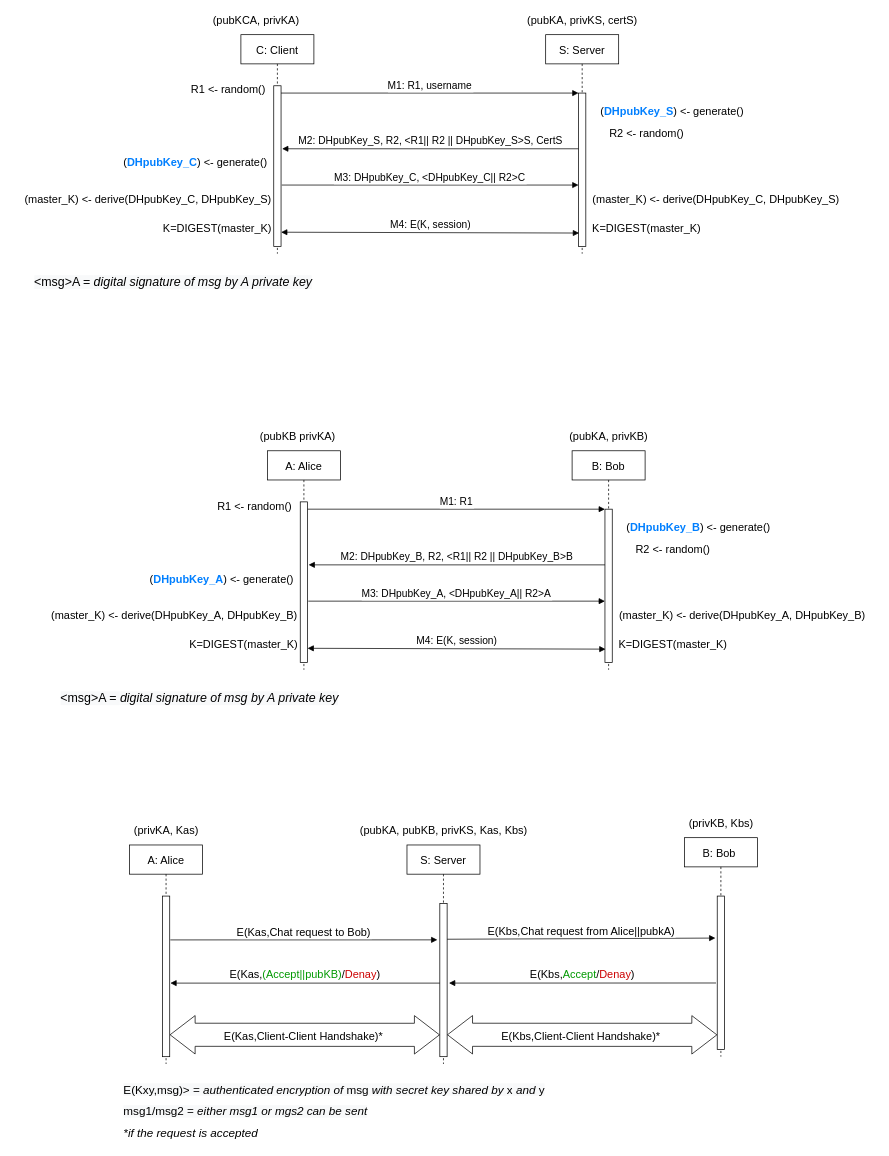
This is page "Pagina-2" (2 of 2) of schema/AuthClientServer.drawio from gerti98/secureCom, a draw.io file, before an edit. Source tidied: cells renumbered, new cells numbered last; positions are measured from the earlier drawing's top-left corner, leaving out a move shared by most shapes. Both pictures are drawn from the tidied source at 73%, with x=0, y=0 at pixel (20, 12).
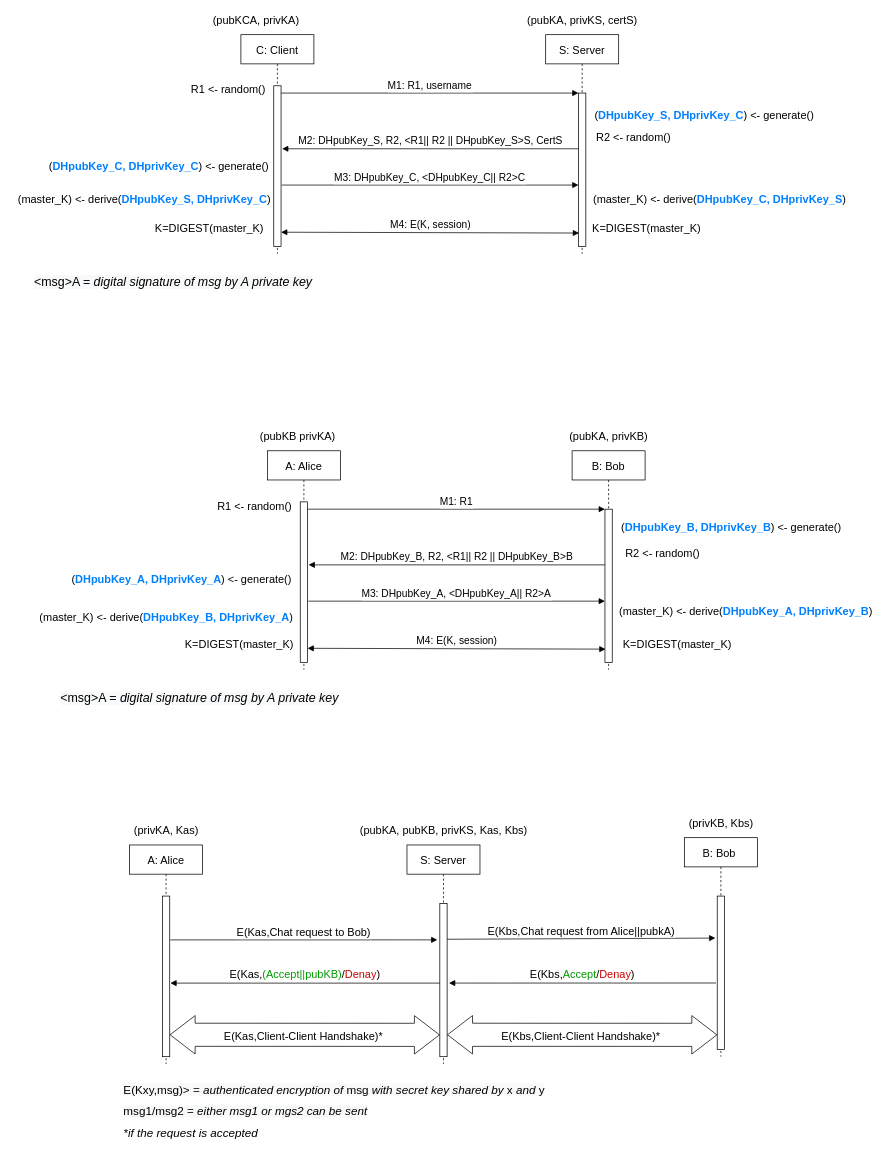
The same diagram, later.

Diff of the diagram source:
```diff
@@
     <mxCell id="13" value="R2 &amp;lt;- random()" style="text;html=1;align=center;verticalAlign=middle;fontSize=15;" parent="1" vertex="1">
-      <mxGeometry x="797.5" y="155" width="120" height="20" as="geometry" />
+      <mxGeometry x="780" y="160" width="120" height="20" as="geometry" />
     </mxCell>
-    <mxCell id="14" value="(&lt;font style=&quot;font-size: 15px&quot; color=&quot;#007fff&quot;&gt;&lt;b&gt;DHpubKey_S&lt;/b&gt;&lt;/font&gt;) &amp;lt;- generate()" style="text;html=1;align=center;verticalAlign=middle;fontSize=15;" parent="1" vertex="1">
-      <mxGeometry x="787.5" y="125" width="210" height="20" as="geometry" />
+    <mxCell id="14" value="(&lt;font style=&quot;font-size: 15px&quot; color=&quot;#007fff&quot;&gt;&lt;b&gt;DHpubKey_S, DHprivKey_C&lt;/b&gt;&lt;/font&gt;) &amp;lt;- generate()" style="text;html=1;align=center;verticalAlign=middle;fontSize=15;" parent="1" vertex="1">
+      <mxGeometry x="777" y="130" width="320" height="20" as="geometry" />
     </mxCell>
-    <mxCell id="15" value="(&lt;font style=&quot;font-size: 15px&quot; color=&quot;#007fff&quot;&gt;&lt;b&gt;DHpubKey_C&lt;/b&gt;&lt;/font&gt;) &amp;lt;- generate()" style="text;html=1;align=center;verticalAlign=middle;fontSize=15;" parent="1" vertex="1">
-      <mxGeometry x="135" y="195" width="210" height="20" as="geometry" />
+    <mxCell id="15" value="(&lt;font style=&quot;font-size: 15px&quot; color=&quot;#007fff&quot;&gt;&lt;b&gt;DHpubKey_C, DHprivKey_C&lt;/b&gt;&lt;/font&gt;) &amp;lt;- generate()" style="text;html=1;align=center;verticalAlign=middle;fontSize=15;" parent="1" vertex="1">
+      <mxGeometry x="30" y="200" width="320" height="20" as="geometry" />
     </mxCell>
-    <mxCell id="16" value="(master_K) &amp;lt;- derive(DHpubKey_C,&amp;nbsp;DHpubKey_S)" style="text;html=1;align=center;verticalAlign=middle;fontSize=15;" parent="1" vertex="1">
-      <mxGeometry y="245" width="350" height="20" as="geometry" />
+    <mxCell id="16" value="(master_K) &amp;lt;- derive(&lt;b style=&quot;color: rgb(0 , 127 , 255)&quot;&gt;DHpubKey_S, DHprivKey_C&lt;/b&gt;)" style="text;html=1;align=center;verticalAlign=middle;fontSize=15;" parent="1" vertex="1">
+      <mxGeometry x="-10" y="245" width="360" height="20" as="geometry" />
     </mxCell>
     <mxCell id="17" value="K=DIGEST(master_K)" style="text;html=1;align=center;verticalAlign=middle;fontSize=15;" parent="1" vertex="1">
-      <mxGeometry x="190" y="285" width="160" height="20" as="geometry" />
+      <mxGeometry x="178.8" y="285" width="160" height="20" as="geometry" />
     </mxCell>
@@
-    <mxCell id="19" value="(master_K) &amp;lt;- derive(DHpubKey_C,&amp;nbsp;DHpubKey_S)" style="text;html=1;align=center;verticalAlign=middle;fontSize=15;" parent="1" vertex="1">
-      <mxGeometry x="777.5" y="245" width="350" height="20" as="geometry" />
-    </mxCell>
@@
     <mxCell id="32" value="R2 &amp;lt;- random()" style="text;html=1;align=center;verticalAlign=middle;fontSize=15;" parent="1" vertex="1">
-      <mxGeometry x="833.8" y="725" width="120" height="20" as="geometry" />
+      <mxGeometry x="820" y="730" width="120" height="20" as="geometry" />
     </mxCell>
-    <mxCell id="33" value="(&lt;font style=&quot;font-size: 15px&quot; color=&quot;#007fff&quot;&gt;&lt;b&gt;DHpubKey_B&lt;/b&gt;&lt;/font&gt;) &amp;lt;- generate()" style="text;html=1;align=center;verticalAlign=middle;fontSize=15;" parent="1" vertex="1">
-      <mxGeometry x="823.8" y="695" width="210" height="20" as="geometry" />
+    <mxCell id="33" value="(&lt;b style=&quot;color: rgb(0 , 127 , 255)&quot;&gt;DHpubKey_B, DHprivKey_B&lt;/b&gt;) &amp;lt;- generate()" style="text;html=1;align=center;verticalAlign=middle;fontSize=15;" parent="1" vertex="1">
+      <mxGeometry x="813.8" y="695" width="320" height="20" as="geometry" />
     </mxCell>
-    <mxCell id="34" value="(&lt;font style=&quot;font-size: 15px&quot; color=&quot;#007fff&quot;&gt;&lt;b&gt;DHpubKey_A&lt;/b&gt;&lt;/font&gt;) &amp;lt;- generate()" style="text;html=1;align=center;verticalAlign=middle;fontSize=15;" parent="1" vertex="1">
-      <mxGeometry x="171.2" y="765" width="210" height="20" as="geometry" />
+    <mxCell id="34" value="(&lt;b style=&quot;color: rgb(0 , 127 , 255)&quot;&gt;DHpubKey_A, DHprivKey_A&lt;/b&gt;) &amp;lt;- generate()" style="text;html=1;align=center;verticalAlign=middle;fontSize=15;" parent="1" vertex="1">
+      <mxGeometry x="61.2" y="765" width="320" height="20" as="geometry" />
     </mxCell>
-    <mxCell id="35" value="(master_K) &amp;lt;- derive(DHpubKey_A,&amp;nbsp;DHpubKey_B)" style="text;html=1;align=center;verticalAlign=middle;fontSize=15;" parent="1" vertex="1">
-      <mxGeometry x="36.2" y="815" width="350" height="20" as="geometry" />
-    </mxCell>
     <mxCell id="36" value="K=DIGEST(master_K)" style="text;html=1;align=center;verticalAlign=middle;fontSize=15;" parent="1" vertex="1">
-      <mxGeometry x="226.2" y="855" width="160" height="20" as="geometry" />
+      <mxGeometry x="220" y="855" width="160" height="20" as="geometry" />
     </mxCell>
     <mxCell id="37" value="K=DIGEST(master_K)" style="text;html=1;align=center;verticalAlign=middle;fontSize=15;" parent="1" vertex="1">
-      <mxGeometry x="813.8" y="855" width="160" height="20" as="geometry" />
+      <mxGeometry x="820" y="855" width="160" height="20" as="geometry" />
     </mxCell>
-    <mxCell id="38" value="(master_K) &amp;lt;- derive(DHpubKey_A,&amp;nbsp;DHpubKey_B)" style="text;html=1;align=center;verticalAlign=middle;fontSize=15;" parent="1" vertex="1">
-      <mxGeometry x="813.8" y="815" width="350" height="20" as="geometry" />
-    </mxCell>
@@
+    <mxCell id="60" value="(master_K) &amp;lt;- derive(&lt;b style=&quot;color: rgb(0 , 127 , 255)&quot;&gt;DHpubKey_C, DHprivKey_S&lt;/b&gt;)" style="text;html=1;align=center;verticalAlign=middle;fontSize=15;" parent="1" vertex="1">
+      <mxGeometry x="777.5" y="245" width="360" height="20" as="geometry" />
+    </mxCell>
+    <mxCell id="61" value="(master_K) &amp;lt;- derive(&lt;b style=&quot;color: rgb(0 , 127 , 255)&quot;&gt;DHpubKey_A, DHprivKey_B&lt;/b&gt;)" style="text;html=1;align=center;verticalAlign=middle;fontSize=15;" parent="1" vertex="1">
+      <mxGeometry x="813.8" y="810" width="360" height="20" as="geometry" />
+    </mxCell>
+    <mxCell id="62" value="(master_K) &amp;lt;- derive(&lt;b style=&quot;color: rgb(0 , 127 , 255)&quot;&gt;DHpubKey_B, DHprivKey_A&lt;/b&gt;)" style="text;html=1;align=center;verticalAlign=middle;fontSize=15;" parent="1" vertex="1">
+      <mxGeometry x="20" y="818" width="360" height="20" as="geometry" />
+    </mxCell>
```
